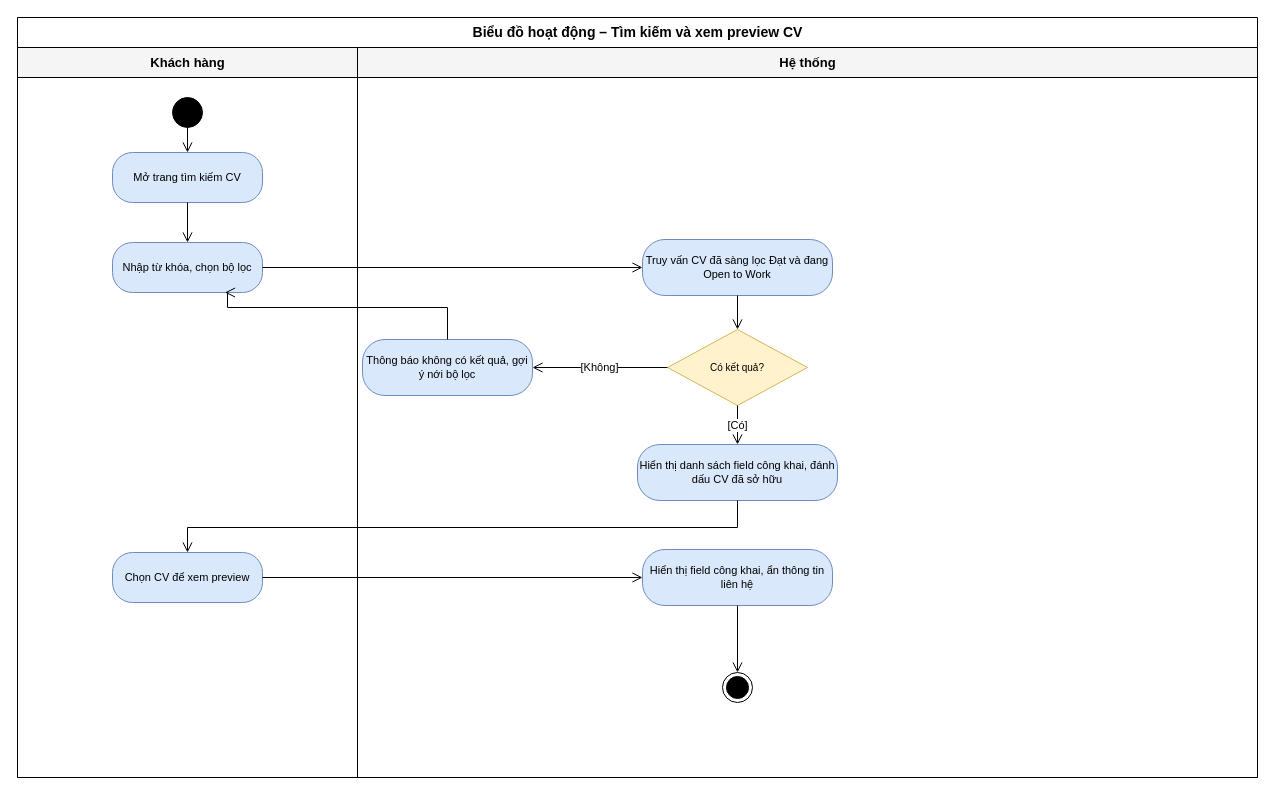
The draw.io diagram page "AD 4.14 Tìm kiếm và xem preview CV" (14 of 40) of Extra/SoDo/CV_Marketplace_So_do_thiet_ke.drawio in nlinh1703/Bao-cao-thuc-tap-BA, before the edit. Source tidied: cells renumbered, new cells numbered last; positions are measured from the earlier drawing's top-left corner, leaving out a move shared by most shapes. Both pictures are drawn from the tidied source at 100%, with x=0, y=0 at pixel (17, 17).
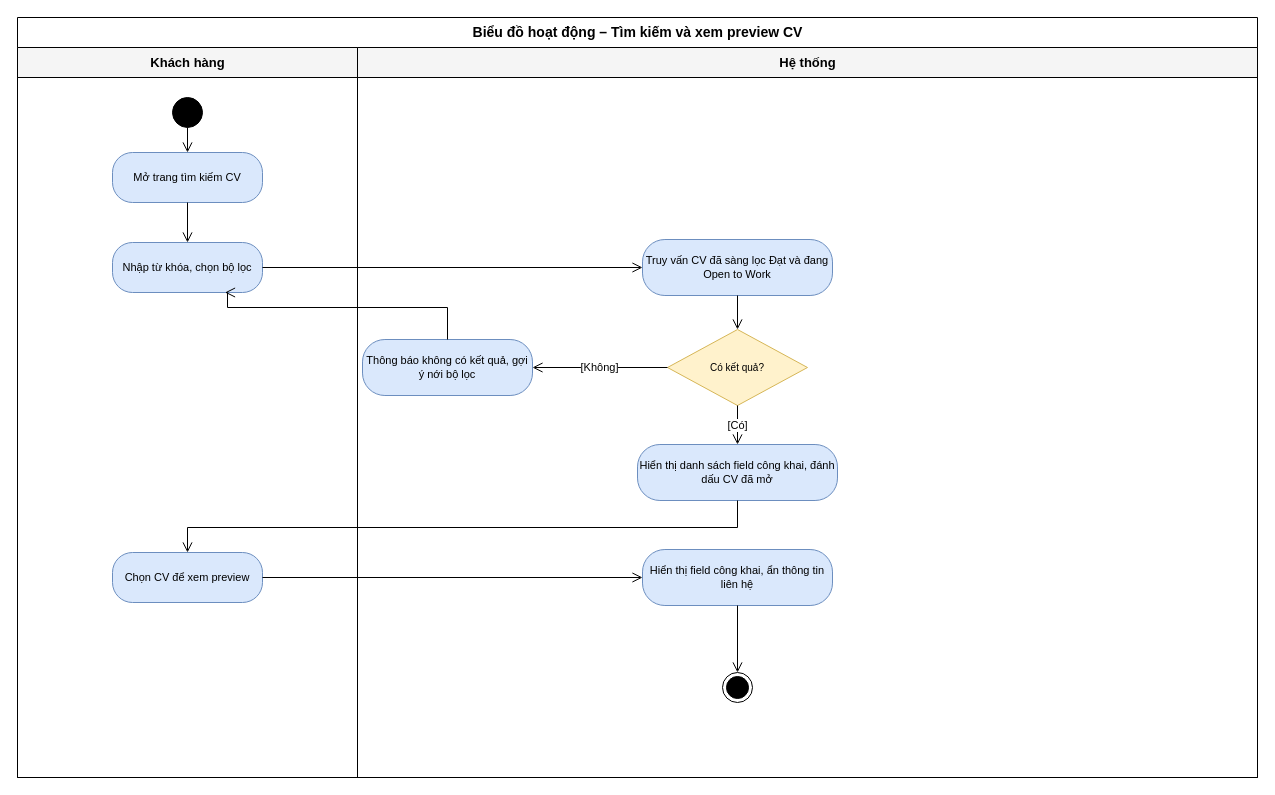
The same page after the edit.

What changed in the source:
```diff
@@
-    <mxCell id="11" value="Hiển thị danh sách field công khai, đánh dấu CV đã sở hữu" style="rounded=1;whiteSpace=wrap;html=1;arcSize=40;fillColor=#dae8fc;strokeColor=#6c8ebf;fontSize=11;" parent="1" vertex="1">
+    <mxCell id="11" value="Hiển thị danh sách field công khai, đánh dấu CV đã mở" style="rounded=1;whiteSpace=wrap;html=1;arcSize=40;fillColor=#dae8fc;strokeColor=#6c8ebf;fontSize=11;" parent="1" vertex="1">
       <mxGeometry x="620" y="427" width="200" height="56" as="geometry" />
     </mxCell>
```
